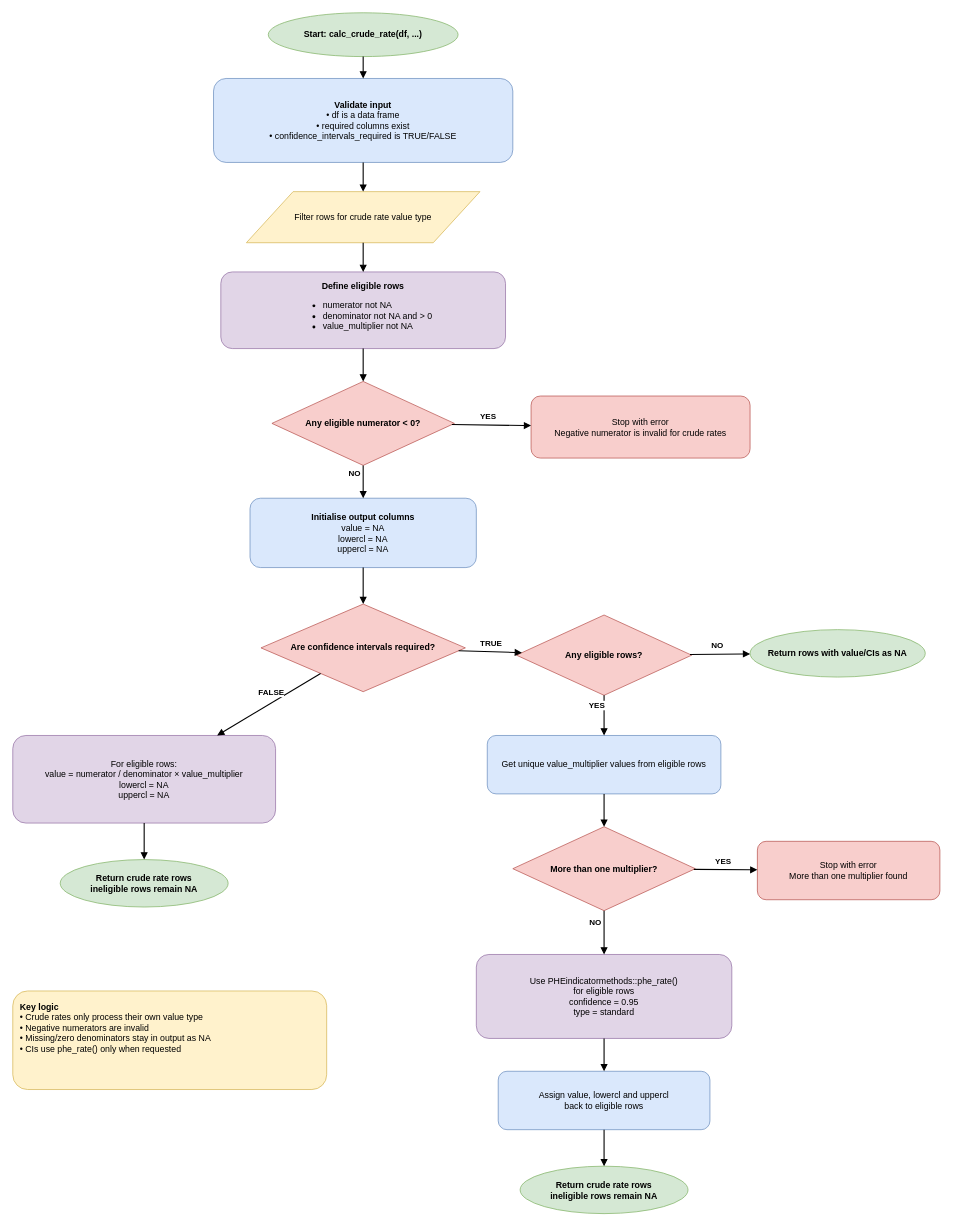
This is diagrams/calc_crude_rate.drawio from SitiHassan/metricengineR, a draw.io file, before an edit. Source tidied: cells renumbered, new cells numbered last; positions are measured from the earlier drawing's top-left corner, leaving out a move shared by most shapes. Both pictures are drawn from the tidied source at 73%, with x=0, y=0 at pixel (12, 12).
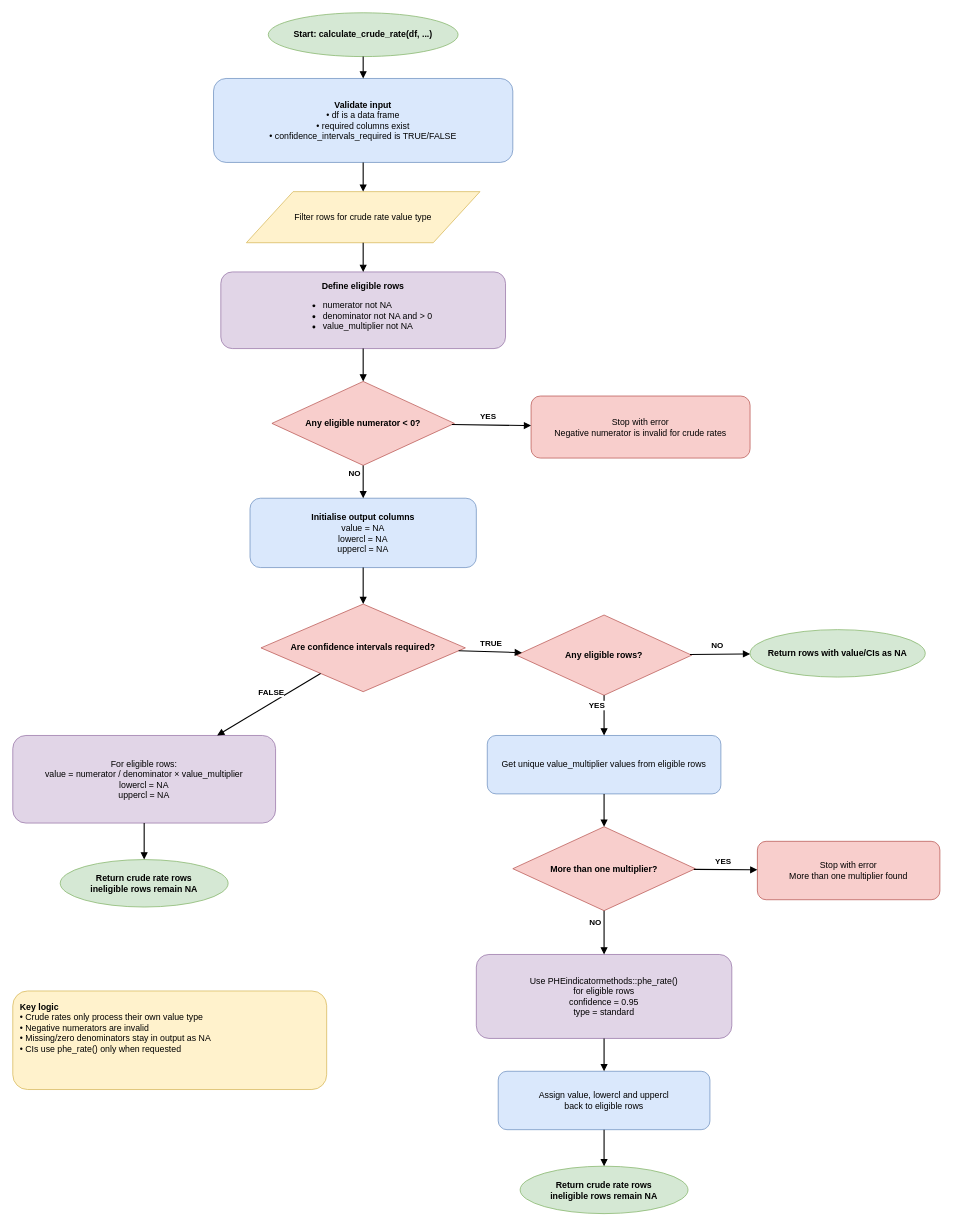
The same diagram, later.

Commit message (it also covers changes not shown here):
update diagrams with new functions names

What changed in the source:
```diff
@@
-    <mxCell id="2" value="Start: calc_crude_rate(df, ...)" style="ellipse;whiteSpace=wrap;html=1;fillColor=#d5e8d4;strokeColor=#82b366;fontStyle=1;" parent="1" vertex="1">
+    <mxCell id="2" value="Start: calculate_crude_rate(df, ...)" style="ellipse;whiteSpace=wrap;html=1;fillColor=#d5e8d4;strokeColor=#82b366;fontStyle=1;" parent="1" vertex="1">
       <mxGeometry x="350" width="260" height="60" as="geometry" />
     </mxCell>
```
